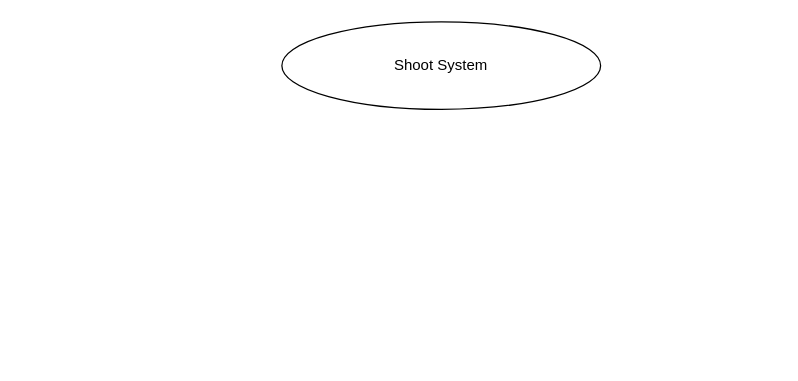
NotTom31/MechroKnights keeps this draw.io diagram as page "Shoot" (3 of 11) of Diagrams/Mechanics Overview.drawio. Above is the earlier version. Source tidied: cells renumbered, new cells numbered last; positions are measured from the earlier drawing's top-left corner, leaving out a move shared by most shapes. Both pictures are drawn from the tidied source at 125%, with x=0, y=0 at pixel (281, 21).
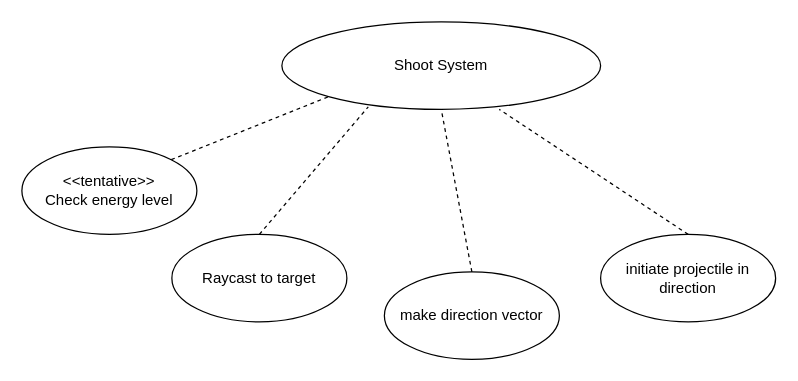
Above is the later version.

Diff of the diagram source:
```diff
@@
 <mxGraphModel>
   <root>
     <mxCell id="0" />
     <mxCell id="1" parent="0" />
     <mxCell id="2" value="Shoot System" style="ellipse;whiteSpace=wrap;html=1;" parent="1" vertex="1">
       <mxGeometry width="255" height="70" as="geometry" />
     </mxCell>
+    <mxCell id="3" value="initiate projectile in direction" style="ellipse;whiteSpace=wrap;html=1;" parent="1" vertex="1">
+      <mxGeometry x="255" y="170" width="140" height="70" as="geometry" />
+    </mxCell>
+    <mxCell id="4" value="&amp;lt;&amp;lt;tentative&amp;gt;&amp;gt;&lt;br&gt;Check energy level" style="ellipse;whiteSpace=wrap;html=1;" parent="1" vertex="1">
+      <mxGeometry x="-208" y="100" width="140" height="70" as="geometry" />
+    </mxCell>
+    <mxCell id="5" style="endArrow=none;dashed=1;html=1;rounded=0;entryX=0;entryY=1;entryDx=0;entryDy=0;exitX=1;exitY=0;exitDx=0;exitDy=0;" parent="1" edge="1" source="4" target="2">
+      <mxGeometry relative="1" as="geometry" />
+    </mxCell>
+    <mxCell id="6" style="endArrow=none;dashed=1;html=1;rounded=0;entryX=0.682;entryY=1;entryDx=0;entryDy=0;exitX=0.5;exitY=0;exitDx=0;exitDy=0;entryPerimeter=0;" parent="1" edge="1" source="3" target="2">
+      <mxGeometry relative="1" as="geometry" />
+    </mxCell>
+    <mxCell id="7" value="Raycast to target" style="ellipse;whiteSpace=wrap;html=1;" parent="1" vertex="1">
+      <mxGeometry x="-88" y="170" width="140" height="70" as="geometry" />
+    </mxCell>
+    <mxCell id="8" value="make direction vector" style="ellipse;whiteSpace=wrap;html=1;" parent="1" vertex="1">
+      <mxGeometry x="82" y="200" width="140" height="70" as="geometry" />
+    </mxCell>
+    <mxCell id="9" style="endArrow=none;dashed=1;html=1;rounded=0;entryX=0.271;entryY=0.971;entryDx=0;entryDy=0;entryPerimeter=0;exitX=0.5;exitY=0;exitDx=0;exitDy=0;" parent="1" edge="1" source="7" target="2">
+      <mxGeometry relative="1" as="geometry" />
+    </mxCell>
+    <mxCell id="10" style="endArrow=none;dashed=1;html=1;rounded=0;entryX=0.5;entryY=1;entryDx=0;entryDy=0;exitX=0.5;exitY=0;exitDx=0;exitDy=0;" parent="1" edge="1" source="8" target="2">
+      <mxGeometry relative="1" as="geometry" />
+    </mxCell>
   </root>
 </mxGraphModel>
```
